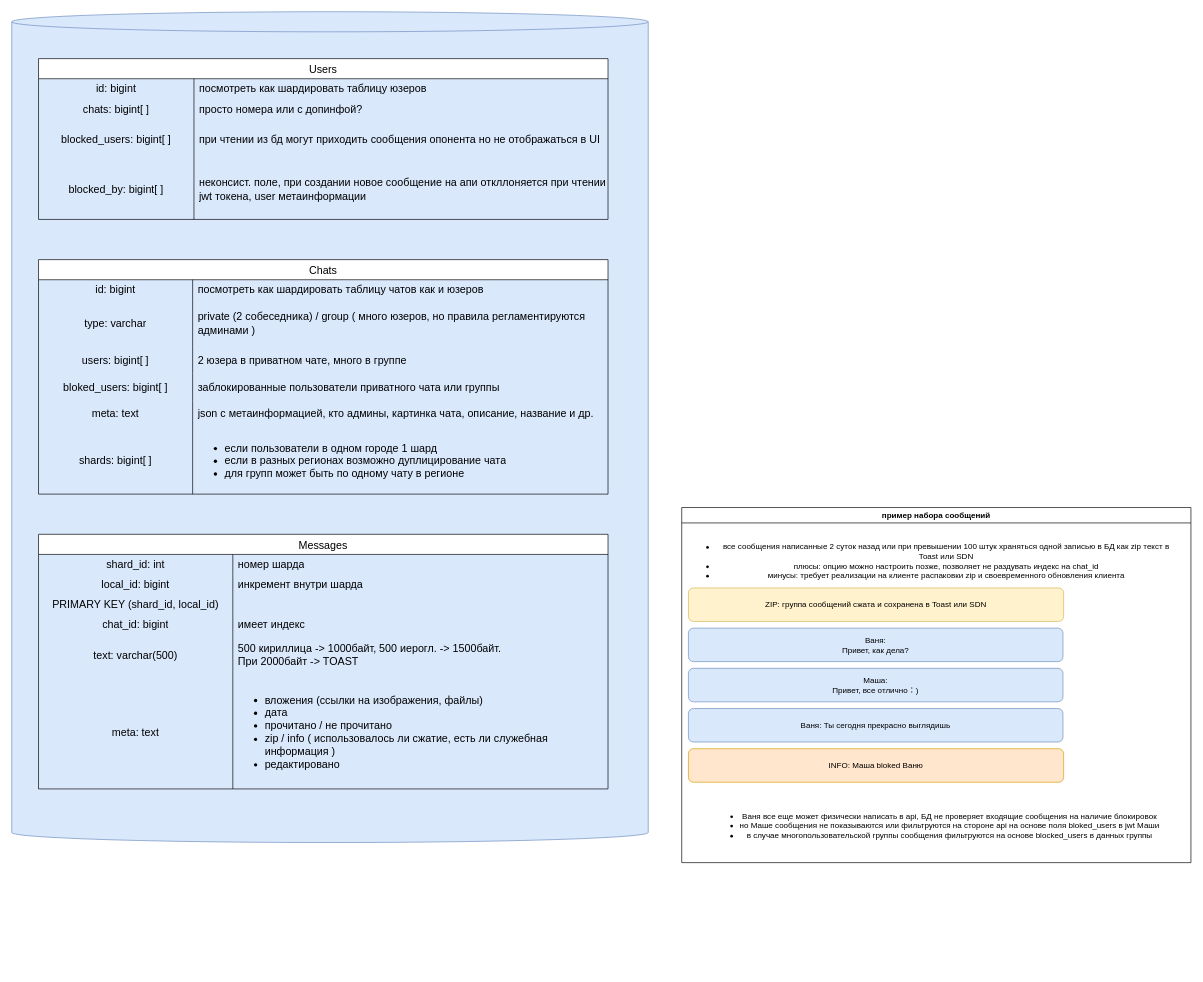
This is page "messenger (models)" (7 of 8) of architecture.drawio from KmnPetr/SysDesign, a draw.io file, before an edit. Source tidied: cells renumbered, new cells numbered last; positions are measured from the earlier drawing's top-left corner, leaving out a move shared by most shapes. Both pictures are drawn from the tidied source at 67%, with x=0, y=0 at pixel (11, 11).
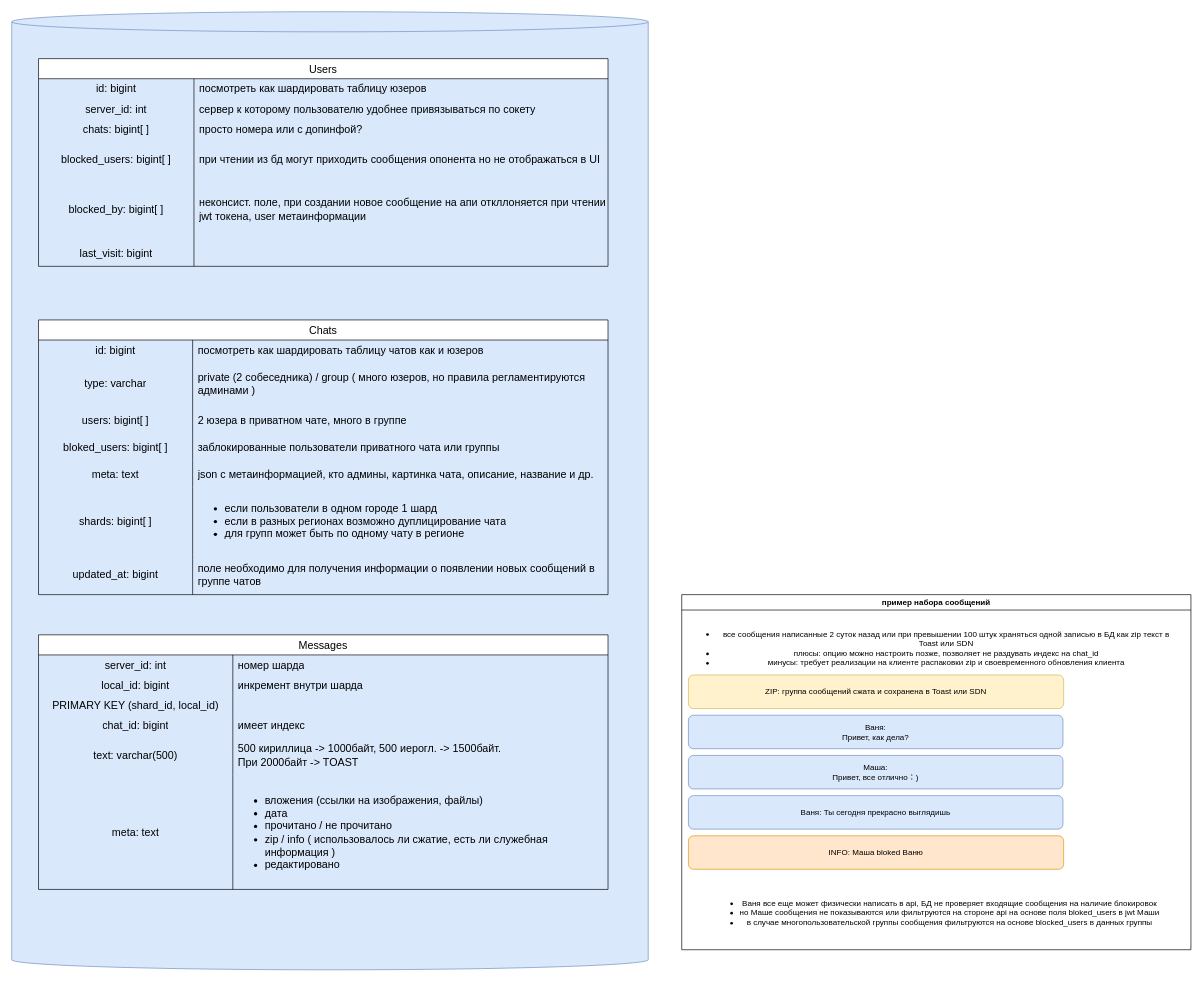
Above is the later version.

The change refers to these unchanged cells:
```xml
<mxCell id="36" style="shape=tableRow;horizontal=0;startSize=0;swimlaneHead=0;swimlaneBody=0;top=0;left=0;bottom=0;right=0;fillColor=none;strokeColor=inherit;fontSize=16;" parent="35" vertex="1">
  <mxGeometry y="30" width="850" height="30" as="geometry" />
</mxCell>
```

Change to the diagram source:
```diff
@@
     <mxCell id="2" style="shape=cylinder3;whiteSpace=wrap;html=1;boundedLbl=1;backgroundOutline=1;size=15;fillColor=#dae8fc;strokeColor=#6c8ebf;" parent="1" vertex="1">
-      <mxGeometry width="950" height="1240" as="geometry" />
+      <mxGeometry width="950" height="1430" as="geometry" />
     </mxCell>
     <mxCell id="3" value="Users" style="shape=table;startSize=30;childLayout=tableLayout;rowLines=0;fontStyle=0;strokeColor=default;fontSize=16;" parent="1" vertex="1">
-      <mxGeometry x="40" y="70" width="850" height="240" as="geometry" />
+      <mxGeometry x="40" y="70" width="850" height="310" as="geometry" />
     </mxCell>
@@
+    <mxCell id="62" style="shape=tableRow;horizontal=0;startSize=0;swimlaneHead=0;swimlaneBody=0;top=0;left=0;bottom=0;right=0;fillColor=none;strokeColor=inherit;fontSize=16;" parent="3" vertex="1">
+      <mxGeometry y="60" width="850" height="30" as="geometry" />
+    </mxCell>
+    <mxCell id="63" value="server_id: int" style="shape=partialRectangle;html=1;whiteSpace=wrap;fillColor=none;top=0;left=0;bottom=0;right=0;overflow=hidden;strokeColor=inherit;fontSize=16;" parent="62" vertex="1">
+      <mxGeometry width="232" height="30" as="geometry" />
+    </mxCell>
+    <mxCell id="64" value="сервер к которому пользователю удобнее привязываться по сокету" style="shape=partialRectangle;html=1;whiteSpace=wrap;fillColor=none;top=0;left=0;bottom=0;right=0;align=left;spacingLeft=6;overflow=hidden;strokeColor=inherit;fontSize=16;" parent="62" vertex="1">
+      <mxGeometry x="232" width="618" height="30" as="geometry" />
+    </mxCell>
     <mxCell id="7" style="shape=tableRow;horizontal=0;startSize=0;swimlaneHead=0;swimlaneBody=0;top=0;left=0;bottom=0;right=0;fillColor=none;strokeColor=inherit;fontSize=16;" parent="3" vertex="1">
-      <mxGeometry y="60" width="850" height="30" as="geometry" />
+      <mxGeometry y="90" width="850" height="30" as="geometry" />
     </mxCell>
@@
     <mxCell id="10" style="shape=tableRow;horizontal=0;startSize=0;swimlaneHead=0;swimlaneBody=0;top=0;left=0;bottom=0;right=0;fillColor=none;strokeColor=inherit;fontSize=16;" parent="3" vertex="1">
-      <mxGeometry y="90" width="850" height="60" as="geometry" />
+      <mxGeometry y="120" width="850" height="60" as="geometry" />
     </mxCell>
@@
     <mxCell id="13" style="shape=tableRow;horizontal=0;startSize=0;swimlaneHead=0;swimlaneBody=0;top=0;left=0;bottom=0;right=0;fillColor=none;strokeColor=inherit;fontSize=16;" parent="3" vertex="1">
-      <mxGeometry y="150" width="850" height="90" as="geometry" />
+      <mxGeometry y="180" width="850" height="90" as="geometry" />
     </mxCell>
@@
+    <mxCell id="65" style="shape=tableRow;horizontal=0;startSize=0;swimlaneHead=0;swimlaneBody=0;top=0;left=0;bottom=0;right=0;fillColor=none;strokeColor=inherit;fontSize=16;" parent="3" vertex="1">
+      <mxGeometry y="270" width="850" height="40" as="geometry" />
+    </mxCell>
+    <mxCell id="66" value="last_visit: bigint" style="shape=partialRectangle;html=1;whiteSpace=wrap;fillColor=none;top=0;left=0;bottom=0;right=0;overflow=hidden;strokeColor=inherit;fontSize=16;" parent="65" vertex="1">
+      <mxGeometry width="232" height="40" as="geometry" />
+    </mxCell>
+    <mxCell id="67" style="shape=partialRectangle;html=1;whiteSpace=wrap;fillColor=none;top=0;left=0;bottom=0;right=0;align=left;spacingLeft=6;overflow=hidden;strokeColor=inherit;fontSize=16;" parent="65" vertex="1">
+      <mxGeometry x="232" width="618" height="40" as="geometry" />
+    </mxCell>
     <mxCell id="16" value="Chats" style="shape=table;startSize=30;childLayout=tableLayout;rowLines=0;fontStyle=0;strokeColor=default;fontSize=16;" parent="1" vertex="1">
-      <mxGeometry x="40" y="370" width="850" height="350" as="geometry" />
+      <mxGeometry x="40" y="460" width="850" height="410" as="geometry" />
     </mxCell>
@@
+    <mxCell id="68" style="shape=tableRow;horizontal=0;startSize=0;swimlaneHead=0;swimlaneBody=0;top=0;left=0;bottom=0;right=0;fillColor=none;strokeColor=inherit;fontSize=16;" parent="16" vertex="1">
+      <mxGeometry y="350" width="850" height="60" as="geometry" />
+    </mxCell>
+    <mxCell id="69" value="updated_at: bigint" style="shape=partialRectangle;html=1;whiteSpace=wrap;fillColor=none;top=0;left=0;bottom=0;right=0;overflow=hidden;strokeColor=inherit;fontSize=16;" parent="68" vertex="1">
+      <mxGeometry width="230" height="60" as="geometry" />
+    </mxCell>
+    <mxCell id="70" value="поле необходимо для получения информации о появлении новых сообщений в группе чатов" style="shape=partialRectangle;html=1;whiteSpace=wrap;fillColor=none;top=0;left=0;bottom=0;right=0;align=left;spacingLeft=6;overflow=hidden;strokeColor=inherit;fontSize=16;" parent="68" vertex="1">
+      <mxGeometry x="230" width="620" height="60" as="geometry" />
+    </mxCell>
     <mxCell id="35" value="Messages" style="shape=table;startSize=30;childLayout=tableLayout;rowLines=0;fontStyle=0;strokeColor=default;fontSize=16;" parent="1" vertex="1">
-      <mxGeometry x="40" y="780" width="850" height="380" as="geometry" />
+      <mxGeometry x="40" y="930" width="850" height="380" as="geometry" />
     </mxCell>
@@
-    <mxCell id="37" value="shard_id: int" style="shape=partialRectangle;html=1;whiteSpace=wrap;fillColor=none;top=0;left=0;bottom=0;right=0;overflow=hidden;strokeColor=inherit;fontSize=16;" parent="36" vertex="1">
+    <mxCell id="37" value="server_id: int" style="shape=partialRectangle;html=1;whiteSpace=wrap;fillColor=none;top=0;left=0;bottom=0;right=0;overflow=hidden;strokeColor=inherit;fontSize=16;" parent="36" vertex="1">
       <mxGeometry width="290" height="30" as="geometry" />
     </mxCell>
@@
     <mxCell id="54" value="пример набора сообщений" style="swimlane;whiteSpace=wrap;html=1;" parent="1" vertex="1">
-      <mxGeometry x="1000" y="740" width="760" height="530" as="geometry" />
+      <mxGeometry x="1000" y="870" width="760" height="530" as="geometry" />
     </mxCell>
```
